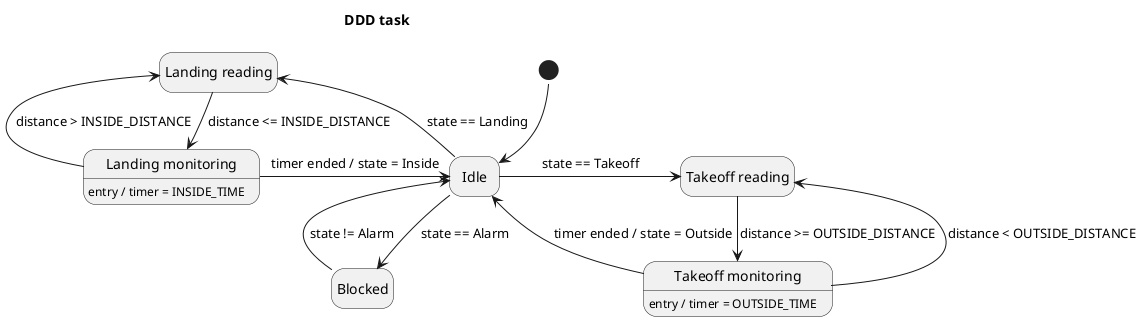
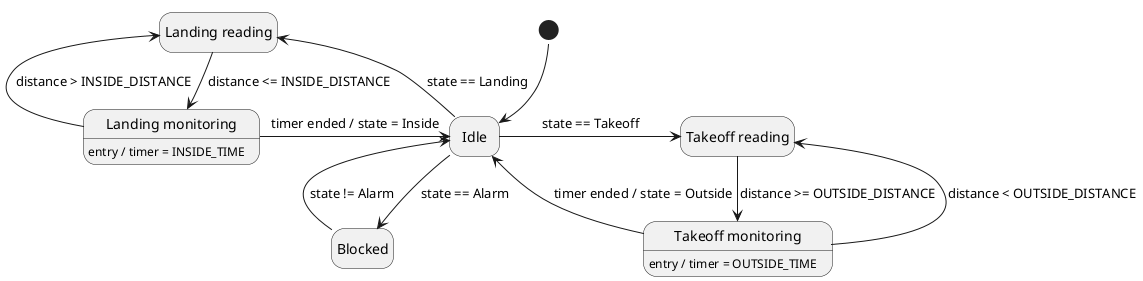
@startuml DDDTask
!pragma layout smetana
hide empty description
- 
- title "DDD task"

state start <<start>>

state "Idle" as idle

state "Blocked" as blocked

state "Takeoff reading" as takeoffReading

state "Takeoff monitoring" as takeoffMonitoring
takeoffMonitoring : entry / timer = OUTSIDE_TIME

state "Landing reading" as landingReading

state "Landing monitoring" as landingMonitoring
landingMonitoring : entry / timer = INSIDE_TIME

start -d-> idle

idle -d-> blocked : state == Alarm
blocked -u-> idle : state != Alarm

idle -r-> takeoffReading : state == Takeoff
idle -l-> landingReading : state == Landing

takeoffReading -d-> takeoffMonitoring : distance >= OUTSIDE_DISTANCE
takeoffMonitoring -u-> takeoffReading : distance < OUTSIDE_DISTANCE
takeoffMonitoring -l-> idle : timer ended / state = Outside

landingReading -d-> landingMonitoring : distance <= INSIDE_DISTANCE
landingMonitoring -u-> landingReading : distance > INSIDE_DISTANCE
landingMonitoring -r-> idle : timer ended / state = Inside

@enduml
